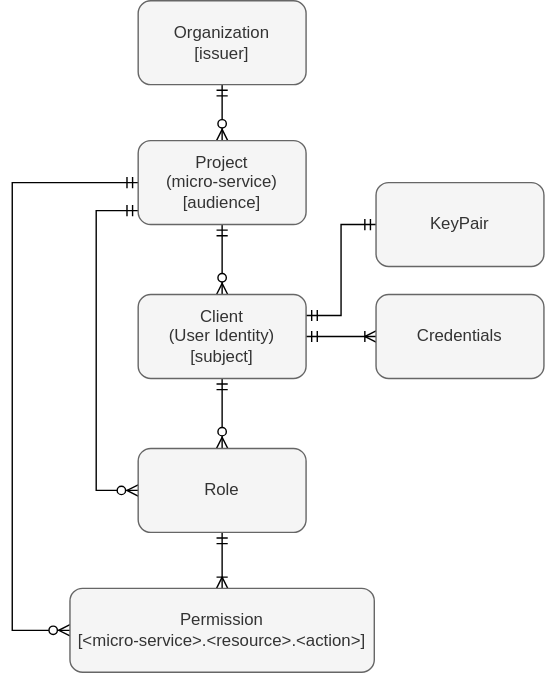
Before: docs/IAM-data-model.svg, a diagram exported from draw.io (jveverka/iam-service). Source tidied: cells renumbered, new cells last; positions are measured from the earlier drawing's top-left corner, leaving out a move shared by most shapes.
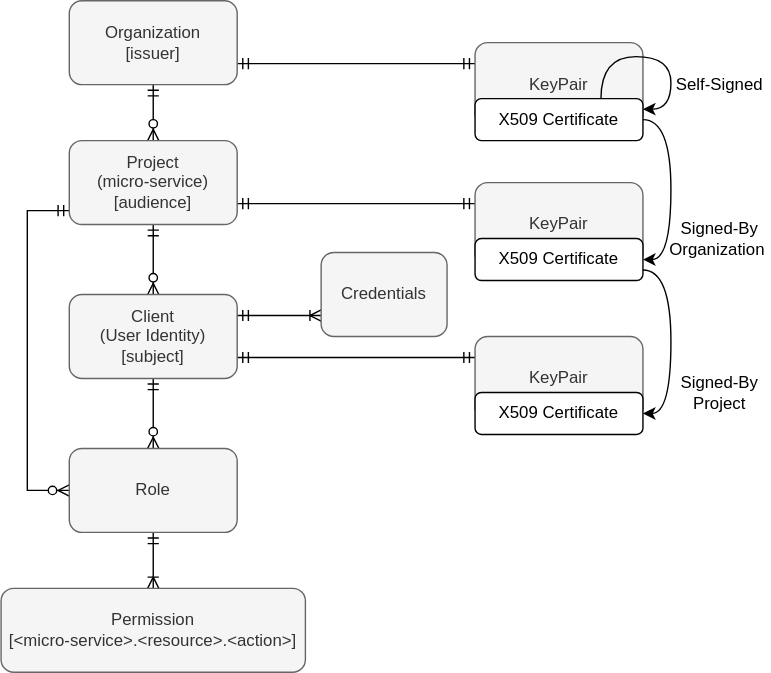
The same diagram one commit later.

What changed in the source:
```diff
@@ -5,13 +5,16 @@
     <mxCell id="2" style="edgeStyle=none;rounded=0;jettySize=auto;html=1;startArrow=ERmandOne;startFill=0;endArrow=ERzeroToMany;endFill=1;" parent="1" edge="1" source="3" target="8">
       <mxGeometry relative="1" as="geometry" />
     </mxCell>
+    <mxCell id="17" style="edgeStyle=orthogonalEdgeStyle;rounded=0;jettySize=auto;html=1;startArrow=ERmandOne;startFill=0;endArrow=ERmandOne;endFill=0;entryX=0;entryY=0.25;entryDx=0;entryDy=0;exitX=1;exitY=0.75;exitDx=0;exitDy=0;" parent="1" edge="1" source="3" target="20">
+      <mxGeometry relative="1" as="geometry" />
+    </mxCell>
     <mxCell id="3" value="Organization&lt;br&gt;[issuer]" style="rounded=1;whiteSpace=wrap;html=1;fillColor=#f5f5f5;strokeColor=#666666;fontColor=#333333;" parent="1" vertex="1">
       <mxGeometry x="90" width="120" height="60" as="geometry" />
     </mxCell>
     <mxCell id="4" style="edgeStyle=none;rounded=0;jettySize=auto;html=1;startArrow=ERmandOne;startFill=0;endArrow=ERzeroToMany;endFill=1;" parent="1" edge="1" source="8" target="11">
       <mxGeometry relative="1" as="geometry" />
     </mxCell>
-    <mxCell id="5" style="edgeStyle=orthogonalEdgeStyle;rounded=0;jettySize=auto;html=1;startArrow=ERmandOne;startFill=0;endArrow=ERmandOne;endFill=0;exitX=1;exitY=0.25;exitDx=0;exitDy=0;entryX=0;entryY=0.5;entryDx=0;entryDy=0;" parent="1" edge="1" source="11" target="16">
+    <mxCell id="5" style="edgeStyle=orthogonalEdgeStyle;rounded=0;jettySize=auto;html=1;startArrow=ERmandOne;startFill=0;endArrow=ERmandOne;endFill=0;exitX=1;exitY=0.75;exitDx=0;exitDy=0;entryX=0;entryY=0.25;entryDx=0;entryDy=0;" parent="1" edge="1" source="8" target="16">
       <mxGeometry relative="1" as="geometry" />
     </mxCell>
     <mxCell id="6" style="edgeStyle=orthogonalEdgeStyle;rounded=0;jettySize=auto;html=1;entryX=0;entryY=0.5;entryDx=0;entryDy=0;startArrow=ERmandOne;startFill=0;endArrow=ERzeroToMany;endFill=1;" parent="1" edge="1" source="8" target="14">
@@ -22,28 +25,23 @@
         </Array>
       </mxGeometry>
     </mxCell>
-    <mxCell id="7" style="edgeStyle=orthogonalEdgeStyle;rounded=0;jettySize=auto;html=1;entryX=0;entryY=0.5;entryDx=0;entryDy=0;startArrow=ERmandOne;startFill=0;endArrow=ERzeroToMany;endFill=1;" parent="1" edge="1" source="8" target="15">
-      <mxGeometry relative="1" as="geometry">
-        <Array as="points">
-          <mxPoint y="130" />
-          <mxPoint y="450" />
-        </Array>
-      </mxGeometry>
-    </mxCell>
     <mxCell id="8" value="Project&lt;br&gt;(micro-service)&lt;br&gt;[audience]" style="rounded=1;whiteSpace=wrap;html=1;fillColor=#f5f5f5;strokeColor=#666666;fontColor=#333333;" parent="1" vertex="1">
       <mxGeometry x="90" y="100" width="120" height="60" as="geometry" />
     </mxCell>
-    <mxCell id="9" style="edgeStyle=none;rounded=0;jettySize=auto;html=1;startArrow=ERmandOne;startFill=0;endArrow=ERoneToMany;endFill=0;" parent="1" edge="1" source="11" target="12">
+    <mxCell id="9" style="edgeStyle=none;rounded=0;jettySize=auto;html=1;startArrow=ERmandOne;startFill=0;endArrow=ERoneToMany;endFill=0;exitX=1;exitY=0.25;exitDx=0;exitDy=0;entryX=0;entryY=0.75;entryDx=0;entryDy=0;" parent="1" edge="1" source="11" target="12">
       <mxGeometry relative="1" as="geometry" />
     </mxCell>
     <mxCell id="10" style="edgeStyle=none;rounded=0;jettySize=auto;html=1;startArrow=ERmandOne;startFill=0;endArrow=ERzeroToMany;endFill=1;" parent="1" edge="1" source="11" target="14">
       <mxGeometry relative="1" as="geometry" />
     </mxCell>
+    <mxCell id="18" style="edgeStyle=orthogonalEdgeStyle;rounded=0;jettySize=auto;html=1;entryX=0;entryY=0.25;entryDx=0;entryDy=0;exitX=1;exitY=0.75;exitDx=0;exitDy=0;startArrow=ERmandOne;startFill=0;endArrow=ERmandOne;endFill=0;" parent="1" edge="1" source="11" target="19">
+      <mxGeometry relative="1" as="geometry" />
+    </mxCell>
     <mxCell id="11" value="Client&lt;br&gt;(User Identity)&lt;br&gt;[subject]" style="rounded=1;whiteSpace=wrap;html=1;fillColor=#f5f5f5;strokeColor=#666666;fontColor=#333333;" parent="1" vertex="1">
       <mxGeometry x="90" y="210" width="120" height="60" as="geometry" />
     </mxCell>
     <mxCell id="12" value="Credentials" style="rounded=1;whiteSpace=wrap;html=1;fillColor=#f5f5f5;strokeColor=#666666;fontColor=#333333;" parent="1" vertex="1">
-      <mxGeometry x="260" y="210" width="120" height="60" as="geometry" />
+      <mxGeometry x="270" y="180" width="90" height="60" as="geometry" />
     </mxCell>
     <mxCell id="13" style="edgeStyle=none;rounded=0;jettySize=auto;html=1;startArrow=ERmandOne;startFill=0;endArrow=ERoneToMany;endFill=0;" parent="1" edge="1" source="14" target="15">
       <mxGeometry relative="1" as="geometry" />
@@ -55,7 +53,46 @@
       <mxGeometry x="41.2" y="420" width="217.5" height="60" as="geometry" />
     </mxCell>
     <mxCell id="16" value="KeyPair" style="rounded=1;whiteSpace=wrap;html=1;fillColor=#f5f5f5;strokeColor=#666666;fontColor=#333333;" parent="1" vertex="1">
-      <mxGeometry x="260" y="130" width="120" height="60" as="geometry" />
+      <mxGeometry x="380" y="130" width="120" height="60" as="geometry" />
     </mxCell>
+    <mxCell id="19" value="KeyPair" style="rounded=1;whiteSpace=wrap;html=1;fillColor=#f5f5f5;strokeColor=#666666;fontColor=#333333;" parent="1" vertex="1">
+      <mxGeometry x="380" y="240" width="120" height="60" as="geometry" />
+    </mxCell>
+    <mxCell id="20" value="KeyPair" style="rounded=1;whiteSpace=wrap;html=1;fillColor=#f5f5f5;strokeColor=#666666;fontColor=#333333;" parent="1" vertex="1">
+      <mxGeometry x="380" y="30" width="120" height="60" as="geometry" />
+    </mxCell>
+    <mxCell id="21" style="edgeStyle=orthogonalEdgeStyle;curved=1;rounded=0;orthogonalLoop=1;jettySize=auto;html=1;exitX=0.75;exitY=0;exitDx=0;exitDy=0;startArrow=none;startFill=0;endArrow=classic;endFill=1;entryX=1;entryY=0.25;entryDx=0;entryDy=0;" parent="1" edge="1" source="22" target="22">
+      <mxGeometry relative="1" as="geometry">
+        <Array as="points">
+          <mxPoint x="470" y="40" />
+          <mxPoint x="520" y="40" />
+          <mxPoint x="520" y="78" />
+        </Array>
+      </mxGeometry>
+    </mxCell>
+    <mxCell id="22" value="X509 Certificate" style="rounded=1;whiteSpace=wrap;html=1;" parent="1" vertex="1">
+      <mxGeometry x="380" y="70" width="120" height="30" as="geometry" />
+    </mxCell>
+    <mxCell id="23" style="edgeStyle=orthogonalEdgeStyle;curved=1;rounded=0;jettySize=auto;html=1;exitX=1;exitY=0.5;exitDx=0;exitDy=0;entryX=1;entryY=0.5;entryDx=0;entryDy=0;startArrow=classic;startFill=1;endArrow=none;endFill=0;" parent="1" edge="1" source="24" target="22">
+      <mxGeometry relative="1" as="geometry" />
+    </mxCell>
+    <mxCell id="24" value="X509 Certificate" style="rounded=1;whiteSpace=wrap;html=1;" parent="1" vertex="1">
+      <mxGeometry x="380" y="170" width="120" height="30" as="geometry" />
+    </mxCell>
+    <mxCell id="25" style="edgeStyle=orthogonalEdgeStyle;curved=1;rounded=0;jettySize=auto;html=1;exitX=1;exitY=0.5;exitDx=0;exitDy=0;entryX=1;entryY=0.75;entryDx=0;entryDy=0;startArrow=classic;startFill=1;endArrow=none;endFill=0;" parent="1" edge="1" source="26" target="24">
+      <mxGeometry relative="1" as="geometry" />
+    </mxCell>
+    <mxCell id="26" value="X509 Certificate" style="rounded=1;whiteSpace=wrap;html=1;" parent="1" vertex="1">
+      <mxGeometry x="380" y="280" width="120" height="30" as="geometry" />
+    </mxCell>
+    <mxCell id="27" value="Self-Signed" style="text;html=1;strokeColor=none;fillColor=none;align=center;verticalAlign=middle;whiteSpace=wrap;rounded=0;" parent="1" vertex="1">
+      <mxGeometry x="520" y="50" width="70" height="20" as="geometry" />
+    </mxCell>
+    <mxCell id="28" value="Signed-By Organization&amp;nbsp;" style="text;html=1;strokeColor=none;fillColor=none;align=center;verticalAlign=middle;whiteSpace=wrap;rounded=0;" parent="1" vertex="1">
+      <mxGeometry x="520" y="160" width="70" height="20" as="geometry" />
+    </mxCell>
+    <mxCell id="29" value="Signed-By Project" style="text;html=1;strokeColor=none;fillColor=none;align=center;verticalAlign=middle;whiteSpace=wrap;rounded=0;" parent="1" vertex="1">
+      <mxGeometry x="520" y="270" width="70" height="20" as="geometry" />
+    </mxCell>
   </root>
 </mxGraphModel>
```
